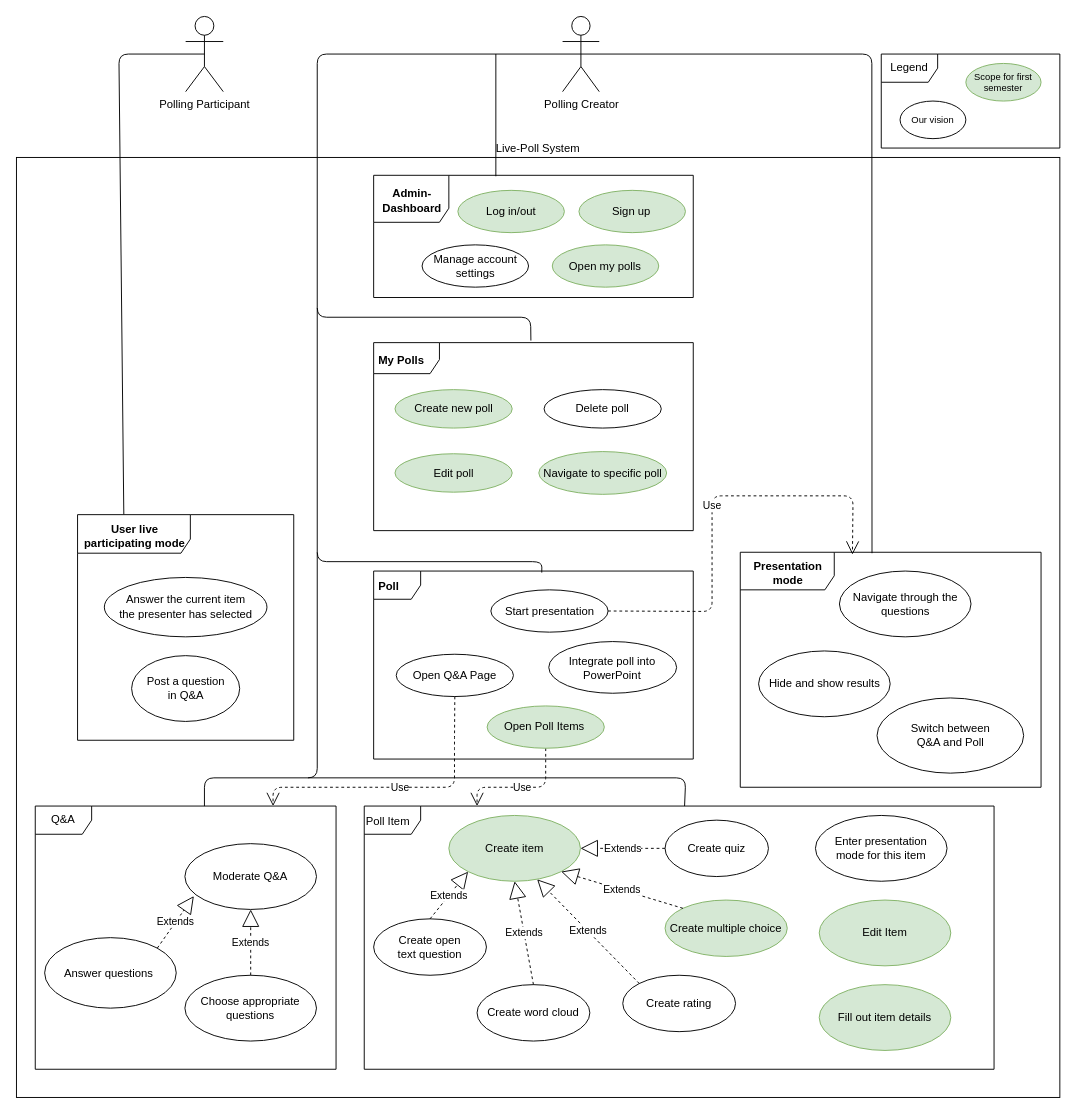
Before: media/LivePollUCD.drawio in livepoll/live-poll-docs, a draw.io diagram. Source tidied: cells renumbered, new cells numbered last; positions are measured from the earlier drawing's top-left corner, leaving out a move shared by most shapes. Both pictures are drawn from the tidied source at 94%, with x=0, y=0 at pixel (16, 16).
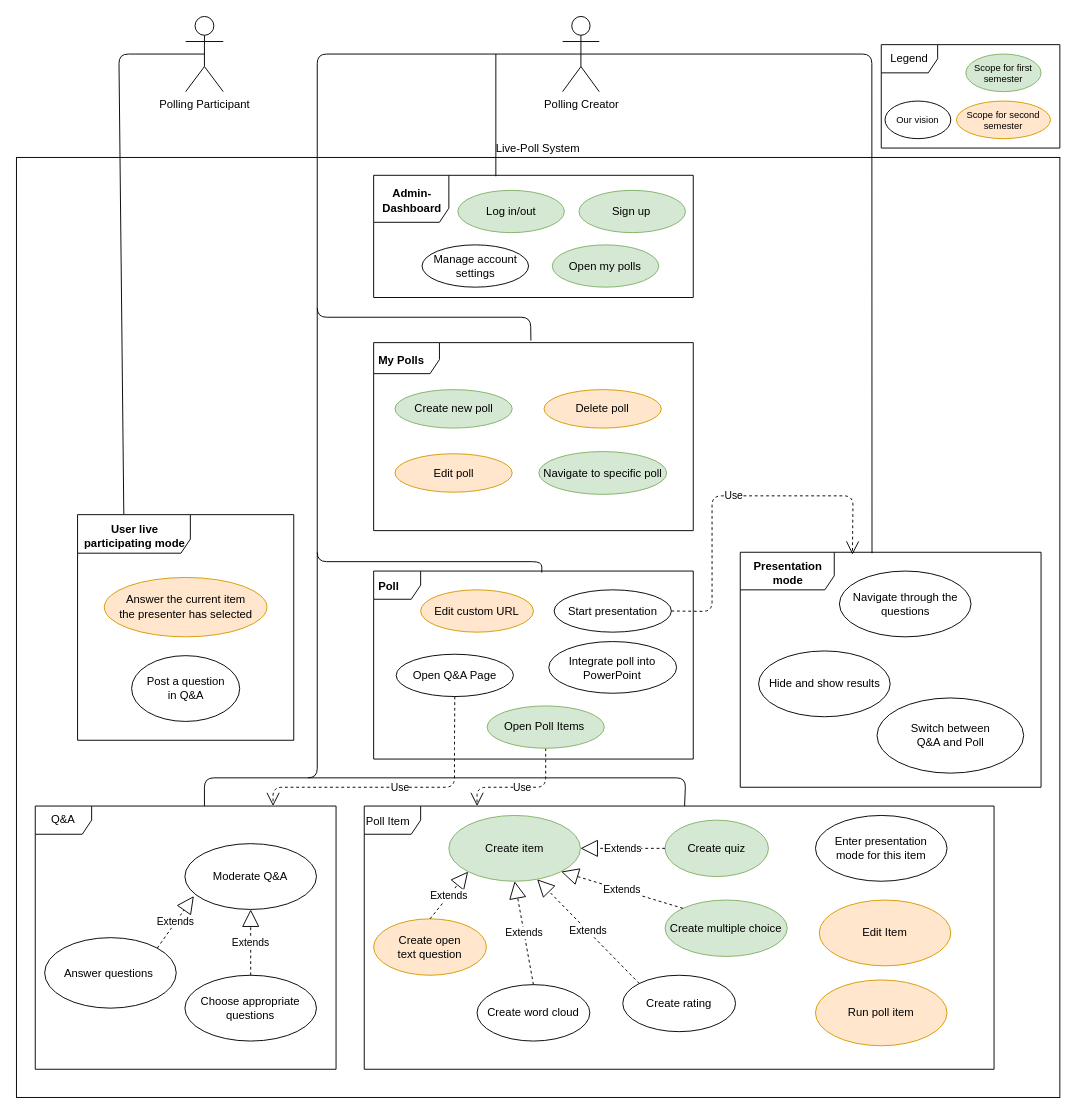
The same page after the edit.

The change refers to these unchanged cells:
```xml
<mxCell id="10" style="group;" parent="1" vertex="1">
  <mxGeometry x="380" y="347" width="340" height="200" as="geometry" />
</mxCell>
<mxCell id="22" style="group;" parent="1" vertex="1">
  <mxGeometry x="65" y="530" width="230" height="240" as="geometry" />
</mxCell>
<mxCell id="32" style="group;" parent="1" vertex="1">
  <mxGeometry x="380" y="600" width="340" height="200" as="geometry" />
</mxCell>
```

Diff of the diagram source:
```diff
@@
-    <mxCell id="13" value="Delete poll" style="ellipse;whiteSpace=wrap;html=1;" parent="10" vertex="1">
+    <mxCell id="13" value="Delete poll" style="ellipse;whiteSpace=wrap;html=1;fillColor=#ffe6cc;strokeColor=#d79b00;" parent="10" vertex="1">
       <mxGeometry x="181.3" y="50" width="124.7" height="40.9" as="geometry" />
     </mxCell>
-    <mxCell id="14" value="Edit poll" style="ellipse;whiteSpace=wrap;html=1;fillColor=#d5e8d4;strokeColor=#82b366;" parent="10" vertex="1">
+    <mxCell id="14" value="Edit poll" style="ellipse;whiteSpace=wrap;html=1;fillColor=#ffe6cc;strokeColor=#d79b00;" parent="10" vertex="1">
       <mxGeometry x="22.7" y="118.2" width="124.7" height="40.9" as="geometry" />
     </mxCell>
@@
-    <mxCell id="24" value="Answer the current item&lt;br&gt;the presenter has selected" style="ellipse;whiteSpace=wrap;html=1;" parent="22" vertex="1">
+    <mxCell id="24" value="Answer the current item&lt;br&gt;the presenter has selected" style="ellipse;whiteSpace=wrap;html=1;fillColor=#ffe6cc;strokeColor=#d79b00;" parent="22" vertex="1">
       <mxGeometry x="28.5" y="66.8" width="173" height="63.2" as="geometry" />
     </mxCell>
@@
-    <mxCell id="27" value="Edit Item" style="ellipse;whiteSpace=wrap;html=1;fillColor=#d5e8d4;strokeColor=#82b366;" parent="1" vertex="1">
+    <mxCell id="27" value="Edit Item" style="ellipse;whiteSpace=wrap;html=1;fillColor=#ffe6cc;strokeColor=#d79b00;" parent="1" vertex="1">
       <mxGeometry x="854" y="940" width="140" height="70" as="geometry" />
     </mxCell>
@@
     <mxCell id="36" value="Start presentation" style="ellipse;whiteSpace=wrap;html=1;" parent="32" vertex="1">
-      <mxGeometry x="124.7" y="10" width="124.7" height="45" as="geometry" />
+      <mxGeometry x="192" y="10" width="124.7" height="45" as="geometry" />
     </mxCell>
@@
+    <mxCell id="69" value="Edit custom URL" style="ellipse;whiteSpace=wrap;html=1;fillColor=#ffe6cc;strokeColor=#d79b00;" parent="32" vertex="1">
+      <mxGeometry x="50" y="10" width="120" height="45" as="geometry" />
+    </mxCell>
@@
-    <mxCell id="56" value="Fill out item details" style="ellipse;whiteSpace=wrap;html=1;fillColor=#d5e8d4;strokeColor=#82b366;" parent="1" vertex="1">
-      <mxGeometry x="854" y="1030" width="140" height="70" as="geometry" />
-    </mxCell>
@@
     <mxCell id="58" value="Legend" style="shape=umlFrame;whiteSpace=wrap;html=1;" parent="1" vertex="1">
-      <mxGeometry x="920" y="40" width="190" height="100" as="geometry" />
+      <mxGeometry x="920" y="30" width="190" height="110" as="geometry" />
     </mxCell>
     <mxCell id="59" value="Scope for first semester" style="ellipse;whiteSpace=wrap;html=1;fillColor=#d5e8d4;strokeColor=#82b366;fontSize=10;" parent="1" vertex="1">
-      <mxGeometry x="1010" y="50" width="80" height="40" as="geometry" />
+      <mxGeometry x="1010" y="40" width="80" height="40" as="geometry" />
     </mxCell>
     <mxCell id="60" value="Our vision" style="ellipse;whiteSpace=wrap;html=1;fontSize=10;" parent="1" vertex="1">
-      <mxGeometry x="940" y="90" width="70" height="40" as="geometry" />
+      <mxGeometry x="924" y="90" width="70" height="40" as="geometry" />
     </mxCell>
-    <mxCell id="61" value="Create open &lt;br&gt;text question" style="ellipse;whiteSpace=wrap;html=1;" parent="1" vertex="1">
+    <mxCell id="61" value="Create open &lt;br&gt;text question" style="ellipse;whiteSpace=wrap;html=1;fillColor=#ffe6cc;strokeColor=#d79b00;" parent="1" vertex="1">
       <mxGeometry x="380" y="960" width="120" height="60" as="geometry" />
     </mxCell>
@@
-    <mxCell id="63" value="Create quiz" style="ellipse;whiteSpace=wrap;html=1;" parent="1" vertex="1">
+    <mxCell id="63" value="Create quiz" style="ellipse;whiteSpace=wrap;html=1;fillColor=#d5e8d4;strokeColor=#82b366;" parent="1" vertex="1">
       <mxGeometry x="690" y="855" width="110" height="60" as="geometry" />
     </mxCell>
@@
+    <mxCell id="70" value="Run poll item" style="ellipse;whiteSpace=wrap;html=1;fillColor=#ffe6cc;strokeColor=#d79b00;" parent="1" vertex="1">
+      <mxGeometry x="850" y="1025" width="140" height="70" as="geometry" />
+    </mxCell>
+    <mxCell id="71" value="Scope for second semester" style="ellipse;whiteSpace=wrap;html=1;fillColor=#ffe6cc;strokeColor=#d79b00;fontSize=10;" parent="1" vertex="1">
+      <mxGeometry x="1000" y="90" width="100" height="40" as="geometry" />
+    </mxCell>
```
